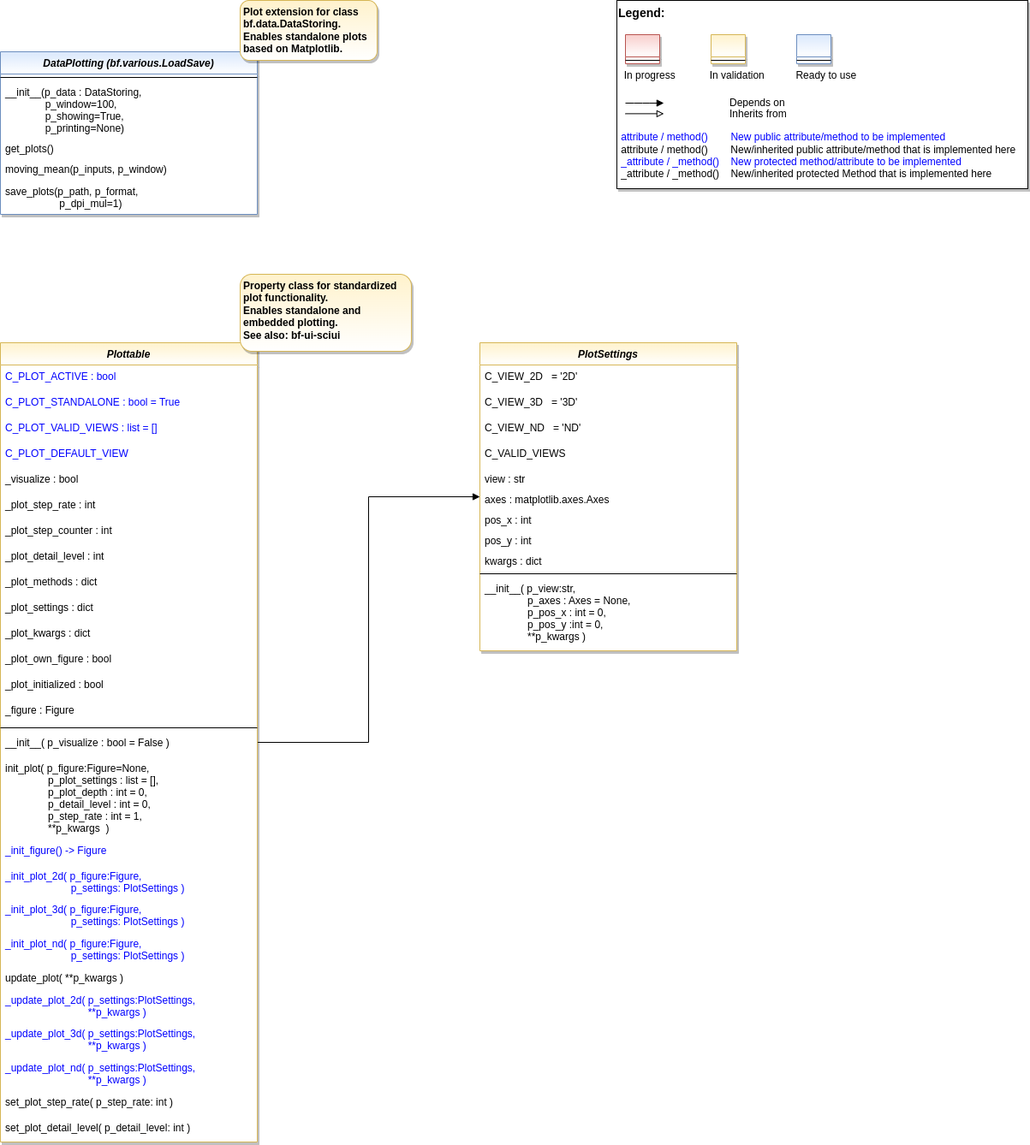
This is doc/rtd/content/append2/core/images/bf/MLPro-BF-Plot_class_diagram.drawio.png from fhswf/MLPro, a draw.io export, as it was before one commit. Source tidied: cells renumbered, new cells last; positions are measured from the earlier drawing's top-left corner, leaving out a move shared by most shapes.
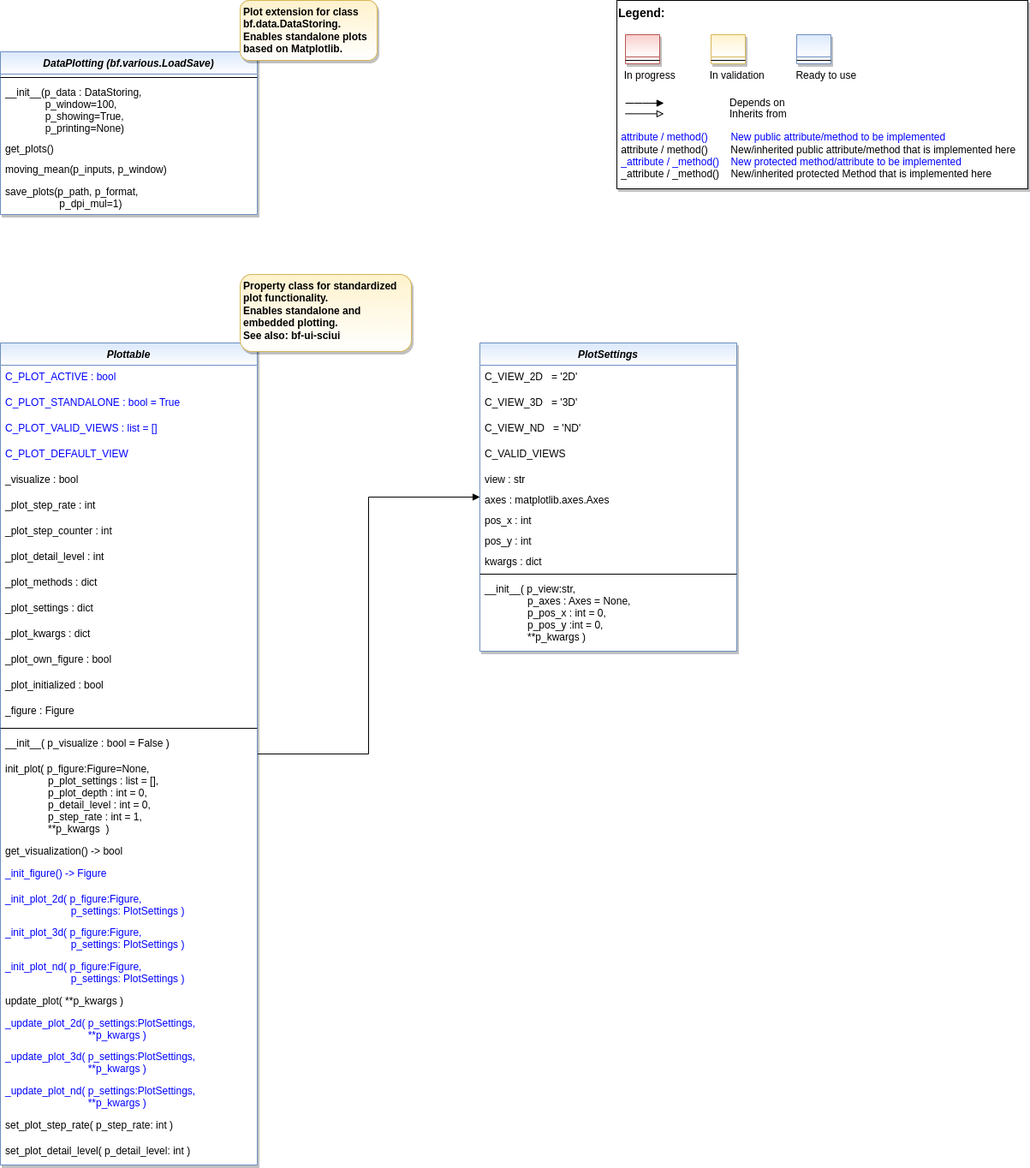
After the change.

The edit, as a diff of the source:
```diff
@@ -5,8 +5,8 @@
     <mxCell id="2" style="edgeStyle=orthogonalEdgeStyle;rounded=0;jettySize=auto;html=1;fontColor=default;endArrow=block;endFill=1;" parent="1" edge="1" source="3" target="49">
       <mxGeometry relative="1" as="geometry" />
     </mxCell>
-    <mxCell id="3" value="Plottable" style="swimlane;fontStyle=3;align=center;verticalAlign=top;horizontal=1;startSize=26;rounded=0;shadow=1;strokeWidth=1;fillColor=#fff2cc;strokeColor=#d6b656;swimlaneFillColor=#FFFFFF;gradientColor=#FFFFFF;" parent="1" vertex="1">
-      <mxGeometry y="400" width="300" height="934" as="geometry" />
+    <mxCell id="3" value="Plottable" style="swimlane;fontStyle=3;align=center;verticalAlign=top;horizontal=1;startSize=26;rounded=0;shadow=1;strokeWidth=1;fillColor=#dae8fc;strokeColor=#6c8ebf;swimlaneFillColor=#FFFFFF;gradientColor=#FFFFFF;" parent="1" vertex="1">
+      <mxGeometry y="400" width="300" height="960" as="geometry" />
     </mxCell>
     <mxCell id="4" value="C_PLOT_ACTIVE : bool " style="text;align=left;verticalAlign=top;spacingLeft=4;spacingRight=4;overflow=hidden;fontColor=#0000FF;" parent="3" vertex="1">
       <mxGeometry y="26" width="300" height="30" as="geometry" />
@@ -59,35 +59,38 @@
     <mxCell id="20" value="init_plot( p_figure:Figure=None, &#10;               p_plot_settings : list = [],&#10;               p_plot_depth : int = 0,&#10;               p_detail_level : int = 0,&#10;               p_step_rate : int = 1,&#10;               **p_kwargs  )" style="text;align=left;verticalAlign=top;spacingLeft=4;spacingRight=4;overflow=hidden;fontColor=default;" parent="3" vertex="1">
       <mxGeometry y="484" width="300" height="96" as="geometry" />
     </mxCell>
+    <mxCell id="61" value="get_visualization() -&gt; bool" style="text;align=left;verticalAlign=top;spacingLeft=4;spacingRight=4;overflow=hidden;fontColor=default;" parent="3" vertex="1">
+      <mxGeometry y="580" width="300" height="26" as="geometry" />
+    </mxCell>
     <mxCell id="21" value="_init_figure() -&gt; Figure" style="text;align=left;verticalAlign=top;spacingLeft=4;spacingRight=4;overflow=hidden;fontColor=#0000FF;" parent="3" vertex="1">
-      <mxGeometry y="580" width="300" height="30" as="geometry" />
+      <mxGeometry y="606" width="300" height="30" as="geometry" />
     </mxCell>
     <mxCell id="22" value="_init_plot_2d( p_figure:Figure, &#10;                       p_settings: PlotSettings )" style="text;align=left;verticalAlign=top;spacingLeft=4;spacingRight=4;overflow=hidden;fontColor=#0000FF;" parent="3" vertex="1">
-      <mxGeometry y="610" width="300" height="39" as="geometry" />
+      <mxGeometry y="636" width="300" height="39" as="geometry" />
     </mxCell>
     <mxCell id="23" value="_init_plot_3d( p_figure:Figure, &#10;                       p_settings: PlotSettings )" style="text;align=left;verticalAlign=top;spacingLeft=4;spacingRight=4;overflow=hidden;fontColor=#0000FF;" parent="3" vertex="1">
-      <mxGeometry y="649" width="300" height="40" as="geometry" />
+      <mxGeometry y="675" width="300" height="40" as="geometry" />
     </mxCell>
     <mxCell id="24" value="_init_plot_nd( p_figure:Figure, &#10;                       p_settings: PlotSettings )" style="text;align=left;verticalAlign=top;spacingLeft=4;spacingRight=4;overflow=hidden;fontColor=#0000FF;" parent="3" vertex="1">
-      <mxGeometry y="689" width="300" height="40" as="geometry" />
+      <mxGeometry y="715" width="300" height="40" as="geometry" />
     </mxCell>
     <mxCell id="25" value="update_plot( **p_kwargs )" style="text;align=left;verticalAlign=top;spacingLeft=4;spacingRight=4;overflow=hidden;fontColor=default;" parent="3" vertex="1">
-      <mxGeometry y="729" width="300" height="26" as="geometry" />
+      <mxGeometry y="755" width="300" height="26" as="geometry" />
     </mxCell>
     <mxCell id="26" value="_update_plot_2d( p_settings:PlotSettings,&#10;                             **p_kwargs )" style="text;align=left;verticalAlign=top;spacingLeft=4;spacingRight=4;overflow=hidden;fontColor=#0000FF;" parent="3" vertex="1">
-      <mxGeometry y="755" width="300" height="39" as="geometry" />
+      <mxGeometry y="781" width="300" height="39" as="geometry" />
     </mxCell>
     <mxCell id="27" value="_update_plot_3d( p_settings:PlotSettings,&#10;                             **p_kwargs )" style="text;align=left;verticalAlign=top;spacingLeft=4;spacingRight=4;overflow=hidden;fontColor=#0000FF;" parent="3" vertex="1">
-      <mxGeometry y="794" width="300" height="40" as="geometry" />
+      <mxGeometry y="820" width="300" height="40" as="geometry" />
     </mxCell>
     <mxCell id="28" value="_update_plot_nd( p_settings:PlotSettings,&#10;                             **p_kwargs )" style="text;align=left;verticalAlign=top;spacingLeft=4;spacingRight=4;overflow=hidden;fontColor=#0000FF;" parent="3" vertex="1">
-      <mxGeometry y="834" width="300" height="40" as="geometry" />
+      <mxGeometry y="860" width="300" height="40" as="geometry" />
     </mxCell>
     <mxCell id="29" value="set_plot_step_rate( p_step_rate: int )" style="text;align=left;verticalAlign=top;spacingLeft=4;spacingRight=4;overflow=hidden;fontColor=default;" parent="3" vertex="1">
-      <mxGeometry y="874" width="300" height="30" as="geometry" />
+      <mxGeometry y="900" width="300" height="30" as="geometry" />
     </mxCell>
     <mxCell id="30" value="set_plot_detail_level( p_detail_level: int )" style="text;align=left;verticalAlign=top;spacingLeft=4;spacingRight=4;overflow=hidden;fontColor=default;" parent="3" vertex="1">
-      <mxGeometry y="904" width="300" height="30" as="geometry" />
+      <mxGeometry y="930" width="300" height="30" as="geometry" />
     </mxCell>
     <mxCell id="31" style="group;" parent="1" vertex="1">
       <mxGeometry x="720" width="480" height="220" as="geometry" />
@@ -154,7 +157,7 @@
     <mxCell id="48" value="Plot extension for class bf.data.DataStoring. Enables standalone plots based on Matplotlib." style="rounded=1;whiteSpace=wrap;html=1;fillColor=#fff2cc;strokeColor=#d6b656;gradientColor=#FFFFFF;shadow=1;fontStyle=1;align=left;spacingLeft=2;verticalAlign=top;" parent="1" vertex="1">
       <mxGeometry x="280" width="160" height="70" as="geometry" />
     </mxCell>
-    <mxCell id="49" value="PlotSettings" style="swimlane;fontStyle=3;align=center;verticalAlign=top;horizontal=1;startSize=26;rounded=0;shadow=1;strokeWidth=1;fillColor=#fff2cc;strokeColor=#d6b656;swimlaneFillColor=#FFFFFF;gradientColor=#FFFFFF;" parent="1" vertex="1">
+    <mxCell id="49" value="PlotSettings" style="swimlane;fontStyle=3;align=center;verticalAlign=top;horizontal=1;startSize=26;rounded=0;shadow=1;strokeWidth=1;fillColor=#dae8fc;strokeColor=#6c8ebf;swimlaneFillColor=#FFFFFF;gradientColor=#FFFFFF;" parent="1" vertex="1">
       <mxGeometry x="560" y="400" width="300" height="360" as="geometry" />
     </mxCell>
     <mxCell id="50" value="C_VIEW_2D   = '2D'" style="text;align=left;verticalAlign=top;spacingLeft=4;spacingRight=4;overflow=hidden;fontColor=default;" parent="49" vertex="1">
```
